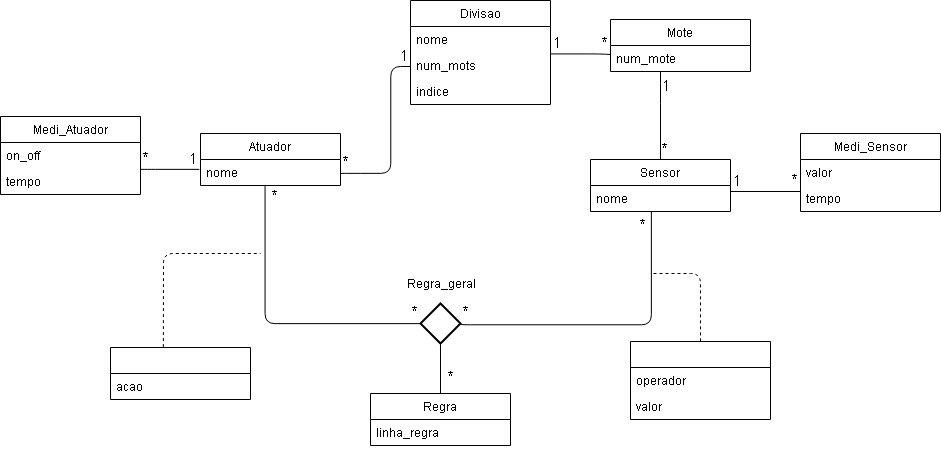
Before: Images/diagrama de classes.png, a diagram exported from draw.io (Fabio-Morais/Green-Ponic). Source tidied: cells renumbered, new cells last; positions are measured from the earlier drawing's top-left corner, leaving out a move shared by most shapes. Its diagram source:
```xml
<mxGraphModel>
  <root>
    <mxCell id="0" />
    <mxCell id="1" parent="0" />
    <mxCell id="2" value="Atuador" style="swimlane;fontStyle=0;horizontal=1;startSize=26;fillColor=none;" parent="1" vertex="1">
      <mxGeometry x="200" y="133" width="140" height="52" as="geometry" />
    </mxCell>
    <mxCell id="3" value="nome" style="text;strokeColor=none;fillColor=none;align=left;verticalAlign=top;spacingLeft=4;spacingRight=4;overflow=hidden;points=[[0,0.5],[1,0.5]];portConstraint=eastwest;" parent="2" vertex="1">
      <mxGeometry y="26" width="140" height="26" as="geometry" />
    </mxCell>
    <mxCell id="4" value="Mote" style="swimlane;fontStyle=0;horizontal=1;startSize=26;fillColor=none;" parent="1" vertex="1">
      <mxGeometry x="610" y="19" width="140" height="52" as="geometry" />
    </mxCell>
    <mxCell id="5" value="num_mote" style="text;strokeColor=none;fillColor=none;align=left;verticalAlign=top;spacingLeft=4;spacingRight=4;overflow=hidden;points=[[0,0.5],[1,0.5]];portConstraint=eastwest;" parent="4" vertex="1">
      <mxGeometry y="26" width="140" height="26" as="geometry" />
    </mxCell>
    <mxCell id="6" value="Regra" style="swimlane;fontStyle=0;horizontal=1;startSize=26;fillColor=none;" parent="1" vertex="1">
      <mxGeometry x="370" y="393" width="140" height="52" as="geometry" />
    </mxCell>
    <mxCell id="7" value="linha_regra" style="text;strokeColor=none;fillColor=none;align=left;verticalAlign=top;spacingLeft=4;spacingRight=4;overflow=hidden;" parent="6" vertex="1">
      <mxGeometry y="26" width="140" height="26" as="geometry" />
    </mxCell>
    <mxCell id="8" value="Medi_Atuador" style="swimlane;fontStyle=0;horizontal=1;startSize=26;fillColor=none;" parent="1" vertex="1">
      <mxGeometry y="116" width="140" height="78" as="geometry" />
    </mxCell>
    <mxCell id="9" value="on_off" style="text;strokeColor=none;fillColor=none;align=left;verticalAlign=top;spacingLeft=4;spacingRight=4;overflow=hidden;" parent="8" vertex="1">
      <mxGeometry y="26" width="140" height="26" as="geometry" />
    </mxCell>
    <mxCell id="10" value="tempo" style="text;strokeColor=none;fillColor=none;align=left;verticalAlign=top;spacingLeft=4;spacingRight=4;overflow=hidden;points=[[0,0.5],[1,0.5]];portConstraint=eastwest;" parent="8" vertex="1">
      <mxGeometry y="52" width="140" height="26" as="geometry" />
    </mxCell>
    <mxCell id="11" value="Sensor" style="swimlane;fontStyle=0;horizontal=1;startSize=26;fillColor=none;" parent="1" vertex="1">
      <mxGeometry x="590" y="159" width="140" height="52" as="geometry" />
    </mxCell>
    <mxCell id="12" value="nome" style="text;strokeColor=none;fillColor=none;align=left;verticalAlign=top;spacingLeft=4;spacingRight=4;overflow=hidden;points=[[0,0.5],[1,0.5]];portConstraint=eastwest;" parent="11" vertex="1">
      <mxGeometry y="26" width="140" height="26" as="geometry" />
    </mxCell>
    <mxCell id="13" value="Medi_Sensor" style="swimlane;fontStyle=0;horizontal=1;startSize=26;fillColor=none;" parent="1" vertex="1">
      <mxGeometry x="800" y="133" width="140" height="78" as="geometry" />
    </mxCell>
    <mxCell id="14" value="valor" style="text;strokeColor=none;fillColor=none;align=left;verticalAlign=top;spacingLeft=4;spacingRight=4;overflow=hidden;" parent="13" vertex="1">
      <mxGeometry y="26" width="140" height="26" as="geometry" />
    </mxCell>
    <mxCell id="15" value="tempo" style="text;strokeColor=none;fillColor=none;align=left;verticalAlign=top;spacingLeft=4;spacingRight=4;overflow=hidden;" parent="13" vertex="1">
      <mxGeometry y="52" width="140" height="26" as="geometry" />
    </mxCell>
    <mxCell id="16" style="endArrow=none;html=1;edgeStyle=orthogonalEdgeStyle;" parent="1" edge="1">
      <mxGeometry relative="1" as="geometry">
        <mxPoint x="550" y="53.5" as="sourcePoint" />
        <mxPoint x="610" y="54" as="targetPoint" />
        <Array as="points">
          <mxPoint x="600" y="54" />
        </Array>
      </mxGeometry>
    </mxCell>
    <mxCell id="17" value="&lt;font style=&quot;font-size: 15px&quot;&gt;1&lt;/font&gt;" style="html=1;align=left;verticalAlign=bottom;labelBackgroundColor=#ffffff;fontSize=10;" parent="16" vertex="1">
      <mxGeometry x="-1" relative="1" as="geometry" />
    </mxCell>
    <mxCell id="18" value="&lt;font style=&quot;font-size: 16px&quot;&gt;*&lt;/font&gt;" style="html=1;align=right;verticalAlign=bottom;labelBackgroundColor=#ffffff;fontSize=10;" parent="16" vertex="1">
      <mxGeometry x="1" relative="1" as="geometry" />
    </mxCell>
    <mxCell id="19" style="endArrow=none;html=1;edgeStyle=orthogonalEdgeStyle;entryX=-0.002;entryY=0.028;entryDx=0;entryDy=0;entryPerimeter=0;exitX=1;exitY=0.532;exitDx=0;exitDy=0;exitPerimeter=0;" parent="1" edge="1" source="3">
      <mxGeometry relative="1" as="geometry">
        <mxPoint x="409.6" y="65.8" as="targetPoint" />
        <Array as="points">
          <mxPoint x="350" y="173" />
          <mxPoint x="390" y="173" />
          <mxPoint x="390" y="59" />
        </Array>
      </mxGeometry>
    </mxCell>
    <mxCell id="20" value="&lt;font style=&quot;font-size: 16px&quot;&gt;*&lt;/font&gt;" style="html=1;align=left;verticalAlign=bottom;labelBackgroundColor=#ffffff;fontSize=10;" parent="19" vertex="1">
      <mxGeometry x="-1" relative="1" as="geometry" />
    </mxCell>
    <mxCell id="21" value="1" style="html=1;align=right;verticalAlign=bottom;labelBackgroundColor=#ffffff;fontSize=15;" parent="19" vertex="1">
      <mxGeometry x="1" relative="1" as="geometry" />
    </mxCell>
    <mxCell id="22" style="endArrow=none;html=1;edgeStyle=orthogonalEdgeStyle;exitX=1.001;exitY=0.031;exitDx=0;exitDy=0;entryX=-0.008;entryY=0.374;entryDx=0;entryDy=0;entryPerimeter=0;exitPerimeter=0;" parent="1" edge="1" source="10" target="3">
      <mxGeometry relative="1" as="geometry">
        <Array as="points">
          <mxPoint x="145" y="169" />
        </Array>
      </mxGeometry>
    </mxCell>
    <mxCell id="23" value="&lt;font style=&quot;font-size: 16px&quot;&gt;*&lt;/font&gt;" style="html=1;align=left;verticalAlign=bottom;labelBackgroundColor=#ffffff;fontSize=10;" parent="22" vertex="1">
      <mxGeometry x="-1" relative="1" as="geometry" />
    </mxCell>
    <mxCell id="24" value="1" style="html=1;align=right;verticalAlign=bottom;labelBackgroundColor=#ffffff;fontSize=15;" parent="22" vertex="1">
      <mxGeometry x="1" relative="1" as="geometry" />
    </mxCell>
    <mxCell id="25" style="endArrow=none;html=1;edgeStyle=orthogonalEdgeStyle;entryX=0.5;entryY=0;entryDx=0;entryDy=0;exitX=0.358;exitY=1.01;exitDx=0;exitDy=0;exitPerimeter=0;" parent="1" edge="1" source="5" target="11">
      <mxGeometry relative="1" as="geometry">
        <Array as="points">
          <mxPoint x="660" y="93" />
          <mxPoint x="660" y="93" />
        </Array>
      </mxGeometry>
    </mxCell>
    <mxCell id="26" value="&lt;font style=&quot;font-size: 15px&quot;&gt;1&lt;/font&gt;" style="html=1;align=left;verticalAlign=bottom;labelBackgroundColor=#ffffff;fontSize=10;" parent="25" vertex="1">
      <mxGeometry x="-1" relative="1" as="geometry">
        <mxPoint x="-0.5" y="24.5" as="offset" />
      </mxGeometry>
    </mxCell>
    <mxCell id="27" value="&lt;font style=&quot;font-size: 16px&quot;&gt;*&lt;/font&gt;" style="html=1;align=right;verticalAlign=bottom;labelBackgroundColor=#ffffff;fontSize=10;" parent="25" vertex="1">
      <mxGeometry x="1" relative="1" as="geometry">
        <mxPoint x="10" y="0.5" as="offset" />
      </mxGeometry>
    </mxCell>
    <mxCell id="28" style="endArrow=none;html=1;edgeStyle=orthogonalEdgeStyle;" parent="1" edge="1">
      <mxGeometry relative="1" as="geometry">
        <mxPoint x="730" y="191" as="sourcePoint" />
        <mxPoint x="800" y="191" as="targetPoint" />
      </mxGeometry>
    </mxCell>
    <mxCell id="29" value="&lt;font style=&quot;font-size: 15px&quot;&gt;1&lt;/font&gt;" style="html=1;align=left;verticalAlign=bottom;labelBackgroundColor=#ffffff;fontSize=10;" parent="28" vertex="1">
      <mxGeometry x="-1" relative="1" as="geometry" />
    </mxCell>
    <mxCell id="30" value="&lt;font style=&quot;font-size: 16px&quot;&gt;*&lt;/font&gt;" style="html=1;align=right;verticalAlign=bottom;labelBackgroundColor=#ffffff;fontSize=10;" parent="28" vertex="1">
      <mxGeometry x="1" relative="1" as="geometry" />
    </mxCell>
    <mxCell id="31" style="endArrow=none;html=1;edgeStyle=orthogonalEdgeStyle;exitX=0.463;exitY=1;exitDx=0;exitDy=0;exitPerimeter=0;entryX=0;entryY=0.5;entryDx=0;entryDy=0;entryPerimeter=0;" parent="1" edge="1" source="3" target="43">
      <mxGeometry relative="1" as="geometry">
        <Array as="points">
          <mxPoint x="265" y="323" />
        </Array>
      </mxGeometry>
    </mxCell>
    <mxCell id="32" value="&lt;font style=&quot;font-size: 16px&quot;&gt;*&lt;/font&gt;" style="html=1;align=left;verticalAlign=bottom;labelBackgroundColor=#ffffff;fontSize=10;" parent="31" vertex="1">
      <mxGeometry x="-1" relative="1" as="geometry">
        <mxPoint x="5" y="22" as="offset" />
      </mxGeometry>
    </mxCell>
    <mxCell id="33" value="&lt;span&gt;&lt;font style=&quot;font-size: 16px&quot;&gt;*&lt;/font&gt;&lt;/span&gt;" style="html=1;align=right;verticalAlign=bottom;labelBackgroundColor=#ffffff;fontSize=10;" parent="31" vertex="1">
      <mxGeometry x="1" relative="1" as="geometry" />
    </mxCell>
    <mxCell id="34" style="endArrow=none;html=1;edgeStyle=orthogonalEdgeStyle;entryX=0.433;entryY=1.012;entryDx=0;entryDy=0;entryPerimeter=0;exitX=1;exitY=0.5;exitDx=0;exitDy=0;exitPerimeter=0;" parent="1" edge="1" source="43" target="12">
      <mxGeometry relative="1" as="geometry">
        <Array as="points">
          <mxPoint x="460" y="324" />
          <mxPoint x="651" y="324" />
        </Array>
      </mxGeometry>
    </mxCell>
    <mxCell id="35" value="&lt;font style=&quot;font-size: 16px&quot;&gt;*&lt;/font&gt;" style="html=1;align=left;verticalAlign=bottom;labelBackgroundColor=#ffffff;fontSize=10;" parent="34" vertex="1">
      <mxGeometry x="-1" relative="1" as="geometry" />
    </mxCell>
    <mxCell id="36" value="&lt;font style=&quot;font-size: 16px&quot;&gt;*&lt;/font&gt;" style="html=1;align=right;verticalAlign=bottom;labelBackgroundColor=#ffffff;fontSize=10;" parent="34" vertex="1">
      <mxGeometry x="1" relative="1" as="geometry">
        <mxPoint x="-3" y="24.5" as="offset" />
      </mxGeometry>
    </mxCell>
    <mxCell id="37" style="swimlane;fontStyle=0;horizontal=1;startSize=26;fillColor=none;" parent="1" vertex="1">
      <mxGeometry x="110" y="347" width="140" height="52" as="geometry" />
    </mxCell>
    <mxCell id="38" value="acao" style="text;strokeColor=none;fillColor=none;align=left;verticalAlign=top;spacingLeft=4;spacingRight=4;overflow=hidden;" parent="37" vertex="1">
      <mxGeometry y="26" width="140" height="26" as="geometry" />
    </mxCell>
    <mxCell id="39" style="swimlane;fontStyle=0;horizontal=1;startSize=26;fillColor=none;" parent="1" vertex="1">
      <mxGeometry x="630" y="341" width="140" height="78" as="geometry" />
    </mxCell>
    <mxCell id="40" value="operador" style="text;strokeColor=none;fillColor=none;align=left;verticalAlign=top;spacingLeft=4;spacingRight=4;overflow=hidden;" parent="39" vertex="1">
      <mxGeometry y="26" width="140" height="26" as="geometry" />
    </mxCell>
    <mxCell id="41" value="valor" style="text;strokeColor=none;fillColor=none;align=left;verticalAlign=top;spacingLeft=4;spacingRight=4;overflow=hidden;" parent="39" vertex="1">
      <mxGeometry y="52" width="140" height="26" as="geometry" />
    </mxCell>
    <mxCell id="42" style="endArrow=none;dashed=1;html=1;exitX=0.377;exitY=-0.008;exitDx=0;exitDy=0;exitPerimeter=0;" parent="1" edge="1" source="37">
      <mxGeometry relative="1" as="geometry">
        <mxPoint x="260" y="253" as="targetPoint" />
        <Array as="points">
          <mxPoint x="163" y="253" />
        </Array>
      </mxGeometry>
    </mxCell>
    <mxCell id="43" style="strokeWidth=2;html=1;shape=mxgraph.flowchart.decision;whiteSpace=wrap;" parent="1" vertex="1">
      <mxGeometry x="420" y="303" width="40" height="40" as="geometry" />
    </mxCell>
    <mxCell id="44" style="endArrow=none;html=1;edgeStyle=orthogonalEdgeStyle;entryX=0.5;entryY=0;entryDx=0;entryDy=0;exitX=0.5;exitY=1;exitDx=0;exitDy=0;exitPerimeter=0;" parent="1" edge="1" source="43" target="6">
      <mxGeometry relative="1" as="geometry" />
    </mxCell>
    <mxCell id="45" style="html=1;align=left;verticalAlign=bottom;labelBackgroundColor=#ffffff;fontSize=10;" parent="44" vertex="1">
      <mxGeometry x="-1" relative="1" as="geometry" />
    </mxCell>
    <mxCell id="46" style="endArrow=none;dashed=1;html=1;exitX=0.5;exitY=0;exitDx=0;exitDy=0;" parent="1" edge="1" source="39">
      <mxGeometry relative="1" as="geometry">
        <mxPoint x="650" y="273" as="targetPoint" />
        <Array as="points">
          <mxPoint x="700" y="273" />
        </Array>
      </mxGeometry>
    </mxCell>
    <mxCell id="47" value="&lt;font style=&quot;font-size: 16px&quot;&gt;*&lt;/font&gt;" style="html=1;align=left;verticalAlign=bottom;labelBackgroundColor=#ffffff;fontSize=10;" parent="1" vertex="1">
      <mxGeometry x="480.2" y="333.2" as="geometry">
        <mxPoint x="-35" y="55" as="offset" />
      </mxGeometry>
    </mxCell>
    <mxCell id="48" value="Regra_geral&lt;br&gt;" style="text;html=1;strokeColor=none;fillColor=none;align=center;verticalAlign=middle;whiteSpace=wrap;rounded=0;" parent="1" vertex="1">
      <mxGeometry x="420" y="273" width="40" height="20" as="geometry" />
    </mxCell>
    <mxCell id="49" value="Divisao" style="swimlane;fontStyle=0;horizontal=1;startSize=26;fillColor=none;" parent="1" vertex="1">
      <mxGeometry x="410" width="140" height="104" as="geometry" />
    </mxCell>
    <mxCell id="50" value="nome&#10;&#10;" style="text;strokeColor=none;fillColor=none;align=left;verticalAlign=top;spacingLeft=4;spacingRight=4;overflow=hidden;" parent="49" vertex="1">
      <mxGeometry y="26" width="140" height="26" as="geometry" />
    </mxCell>
    <mxCell id="51" value="num_mots" style="text;strokeColor=none;fillColor=none;align=left;verticalAlign=top;spacingLeft=4;spacingRight=4;overflow=hidden;" parent="49" vertex="1">
      <mxGeometry y="52" width="140" height="26" as="geometry" />
    </mxCell>
    <mxCell id="52" value="indice" style="text;strokeColor=none;fillColor=none;align=left;verticalAlign=top;spacingLeft=4;spacingRight=4;overflow=hidden;" parent="49" vertex="1">
      <mxGeometry y="78" width="140" height="26" as="geometry" />
    </mxCell>
  </root>
</mxGraphModel>
```
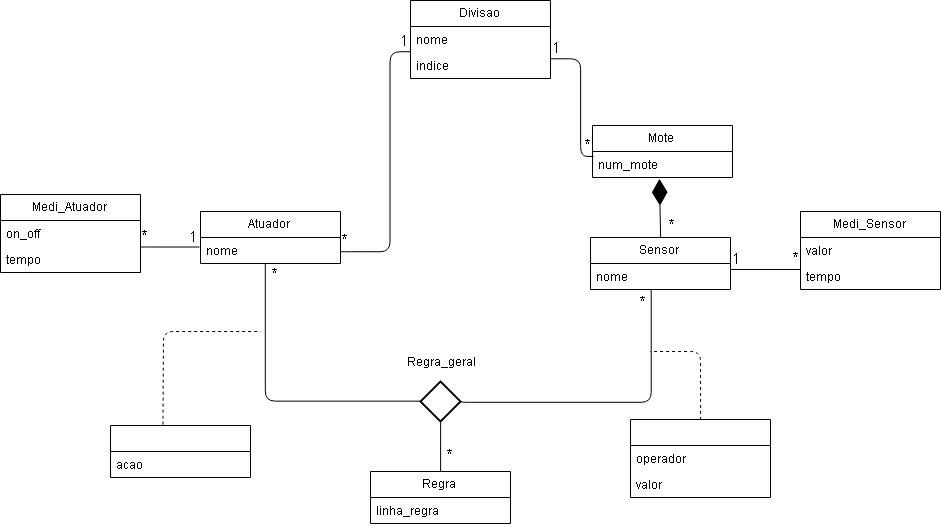
Above is the later version.

What changed in the source:
```diff
@@ -9,7 +9,7 @@
       <mxGeometry y="26" width="140" height="26" as="geometry" />
     </mxCell>
     <mxCell id="4" value="Mote" style="swimlane;fontStyle=0;horizontal=1;startSize=26;fillColor=none;" parent="1" vertex="1">
-      <mxGeometry x="610" y="19" width="140" height="52" as="geometry" />
+      <mxGeometry x="592" y="47" width="140" height="52" as="geometry" />
     </mxCell>
     <mxCell id="5" value="num_mote" style="text;strokeColor=none;fillColor=none;align=left;verticalAlign=top;spacingLeft=4;spacingRight=4;overflow=hidden;points=[[0,0.5],[1,0.5]];portConstraint=eastwest;" parent="4" vertex="1">
       <mxGeometry y="26" width="140" height="26" as="geometry" />
@@ -44,12 +44,12 @@
     <mxCell id="15" value="tempo" style="text;strokeColor=none;fillColor=none;align=left;verticalAlign=top;spacingLeft=4;spacingRight=4;overflow=hidden;" parent="13" vertex="1">
       <mxGeometry y="52" width="140" height="26" as="geometry" />
     </mxCell>
-    <mxCell id="16" style="endArrow=none;html=1;edgeStyle=orthogonalEdgeStyle;" parent="1" edge="1">
+    <mxCell id="16" style="endArrow=none;html=1;edgeStyle=orthogonalEdgeStyle;exitX=1;exitY=0.5;exitDx=0;exitDy=0;entryX=0.01;entryY=0.192;entryDx=0;entryDy=0;entryPerimeter=0;" parent="1" edge="1" target="5">
       <mxGeometry relative="1" as="geometry">
-        <mxPoint x="550" y="53.5" as="sourcePoint" />
-        <mxPoint x="610" y="54" as="targetPoint" />
+        <mxPoint x="549.5" y="-19.7" as="sourcePoint" />
         <Array as="points">
-          <mxPoint x="600" y="54" />
+          <mxPoint x="580" y="-20" />
+          <mxPoint x="580" y="78" />
         </Array>
       </mxGeometry>
     </mxCell>
@@ -59,13 +59,13 @@
     <mxCell id="18" value="&lt;font style=&quot;font-size: 16px&quot;&gt;*&lt;/font&gt;" style="html=1;align=right;verticalAlign=bottom;labelBackgroundColor=#ffffff;fontSize=10;" parent="16" vertex="1">
       <mxGeometry x="1" relative="1" as="geometry" />
     </mxCell>
-    <mxCell id="19" style="endArrow=none;html=1;edgeStyle=orthogonalEdgeStyle;entryX=-0.002;entryY=0.028;entryDx=0;entryDy=0;entryPerimeter=0;exitX=1;exitY=0.532;exitDx=0;exitDy=0;exitPerimeter=0;" parent="1" edge="1" source="3">
+    <mxCell id="19" style="endArrow=none;html=1;edgeStyle=orthogonalEdgeStyle;exitX=1;exitY=0.532;exitDx=0;exitDy=0;exitPerimeter=0;" parent="1" edge="1" source="3">
       <mxGeometry relative="1" as="geometry">
-        <mxPoint x="409.6" y="65.8" as="targetPoint" />
+        <mxPoint x="409" y="-27" as="targetPoint" />
         <Array as="points">
           <mxPoint x="350" y="173" />
           <mxPoint x="390" y="173" />
-          <mxPoint x="390" y="59" />
+          <mxPoint x="390" y="66" />
         </Array>
       </mxGeometry>
     </mxCell>
@@ -88,24 +88,6 @@
     <mxCell id="24" value="1" style="html=1;align=right;verticalAlign=bottom;labelBackgroundColor=#ffffff;fontSize=15;" parent="22" vertex="1">
       <mxGeometry x="1" relative="1" as="geometry" />
     </mxCell>
-    <mxCell id="25" style="endArrow=none;html=1;edgeStyle=orthogonalEdgeStyle;entryX=0.5;entryY=0;entryDx=0;entryDy=0;exitX=0.358;exitY=1.01;exitDx=0;exitDy=0;exitPerimeter=0;" parent="1" edge="1" source="5" target="11">
-      <mxGeometry relative="1" as="geometry">
-        <Array as="points">
-          <mxPoint x="660" y="93" />
-          <mxPoint x="660" y="93" />
-        </Array>
-      </mxGeometry>
-    </mxCell>
-    <mxCell id="26" value="&lt;font style=&quot;font-size: 15px&quot;&gt;1&lt;/font&gt;" style="html=1;align=left;verticalAlign=bottom;labelBackgroundColor=#ffffff;fontSize=10;" parent="25" vertex="1">
-      <mxGeometry x="-1" relative="1" as="geometry">
-        <mxPoint x="-0.5" y="24.5" as="offset" />
-      </mxGeometry>
-    </mxCell>
-    <mxCell id="27" value="&lt;font style=&quot;font-size: 16px&quot;&gt;*&lt;/font&gt;" style="html=1;align=right;verticalAlign=bottom;labelBackgroundColor=#ffffff;fontSize=10;" parent="25" vertex="1">
-      <mxGeometry x="1" relative="1" as="geometry">
-        <mxPoint x="10" y="0.5" as="offset" />
-      </mxGeometry>
-    </mxCell>
     <mxCell id="28" style="endArrow=none;html=1;edgeStyle=orthogonalEdgeStyle;" parent="1" edge="1">
       <mxGeometry relative="1" as="geometry">
         <mxPoint x="730" y="191" as="sourcePoint" />
@@ -130,9 +112,6 @@
         <mxPoint x="5" y="22" as="offset" />
       </mxGeometry>
     </mxCell>
-    <mxCell id="33" value="&lt;span&gt;&lt;font style=&quot;font-size: 16px&quot;&gt;*&lt;/font&gt;&lt;/span&gt;" style="html=1;align=right;verticalAlign=bottom;labelBackgroundColor=#ffffff;fontSize=10;" parent="31" vertex="1">
-      <mxGeometry x="1" relative="1" as="geometry" />
-    </mxCell>
     <mxCell id="34" style="endArrow=none;html=1;edgeStyle=orthogonalEdgeStyle;entryX=0.433;entryY=1.012;entryDx=0;entryDy=0;entryPerimeter=0;exitX=1;exitY=0.5;exitDx=0;exitDy=0;exitPerimeter=0;" parent="1" edge="1" source="43" target="12">
       <mxGeometry relative="1" as="geometry">
         <Array as="points">
@@ -141,9 +120,6 @@
         </Array>
       </mxGeometry>
     </mxCell>
-    <mxCell id="35" value="&lt;font style=&quot;font-size: 16px&quot;&gt;*&lt;/font&gt;" style="html=1;align=left;verticalAlign=bottom;labelBackgroundColor=#ffffff;fontSize=10;" parent="34" vertex="1">
-      <mxGeometry x="-1" relative="1" as="geometry" />
-    </mxCell>
     <mxCell id="36" value="&lt;font style=&quot;font-size: 16px&quot;&gt;*&lt;/font&gt;" style="html=1;align=right;verticalAlign=bottom;labelBackgroundColor=#ffffff;fontSize=10;" parent="34" vertex="1">
       <mxGeometry x="1" relative="1" as="geometry">
         <mxPoint x="-3" y="24.5" as="offset" />
@@ -198,16 +174,21 @@
       <mxGeometry x="420" y="273" width="40" height="20" as="geometry" />
     </mxCell>
     <mxCell id="49" value="Divisao" style="swimlane;fontStyle=0;horizontal=1;startSize=26;fillColor=none;" parent="1" vertex="1">
-      <mxGeometry x="410" width="140" height="104" as="geometry" />
+      <mxGeometry x="410" y="-78" width="140" height="78" as="geometry" />
     </mxCell>
     <mxCell id="50" value="nome&#10;&#10;" style="text;strokeColor=none;fillColor=none;align=left;verticalAlign=top;spacingLeft=4;spacingRight=4;overflow=hidden;" parent="49" vertex="1">
       <mxGeometry y="26" width="140" height="26" as="geometry" />
     </mxCell>
-    <mxCell id="51" value="num_mots" style="text;strokeColor=none;fillColor=none;align=left;verticalAlign=top;spacingLeft=4;spacingRight=4;overflow=hidden;" parent="49" vertex="1">
-      <mxGeometry y="52" width="140" height="26" as="geometry" />
-    </mxCell>
     <mxCell id="52" value="indice" style="text;strokeColor=none;fillColor=none;align=left;verticalAlign=top;spacingLeft=4;spacingRight=4;overflow=hidden;" parent="49" vertex="1">
-      <mxGeometry y="78" width="140" height="26" as="geometry" />
+      <mxGeometry y="52" width="140" height="26" as="geometry" />
     </mxCell>
+    <mxCell id="53" style="endArrow=diamondThin;endFill=1;endSize=24;html=1;entryX=0.48;entryY=1.038;entryDx=0;entryDy=0;entryPerimeter=0;exitX=0.5;exitY=0;exitDx=0;exitDy=0;" parent="1" edge="1" source="11" target="5">
+      <mxGeometry relative="1" as="geometry" />
+    </mxCell>
+    <mxCell id="27" value="&lt;font style=&quot;font-size: 16px&quot;&gt;*&lt;/font&gt;" style="html=1;align=right;verticalAlign=bottom;labelBackgroundColor=#ffffff;fontSize=10;" parent="1" vertex="1">
+      <mxGeometry x="679.8" y="133.2" as="geometry">
+        <mxPoint x="-3" y="24.5" as="offset" />
+      </mxGeometry>
+    </mxCell>
   </root>
 </mxGraphModel>
```
